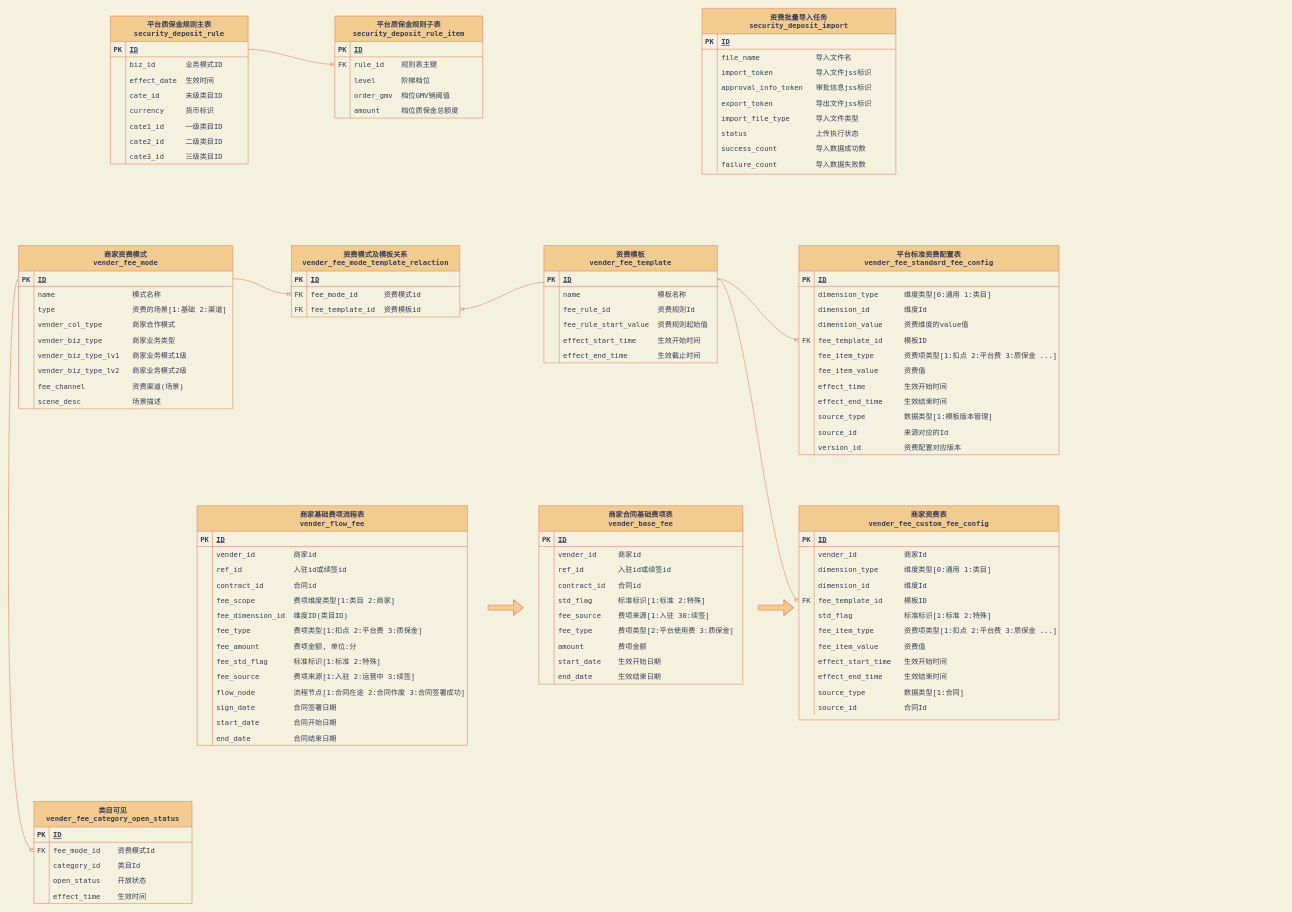
Earlier version of the draw.io diagram page "新资费" (2 of 2) of 资费ER图.drawio (RubberBoy/some). Source tidied: cells renumbered, new cells numbered last; positions are measured from the earlier drawing's top-left corner, leaving out a move shared by most shapes. Both pictures are drawn from the tidied source at 51%, with x=0, y=0 at pixel (8, 8).
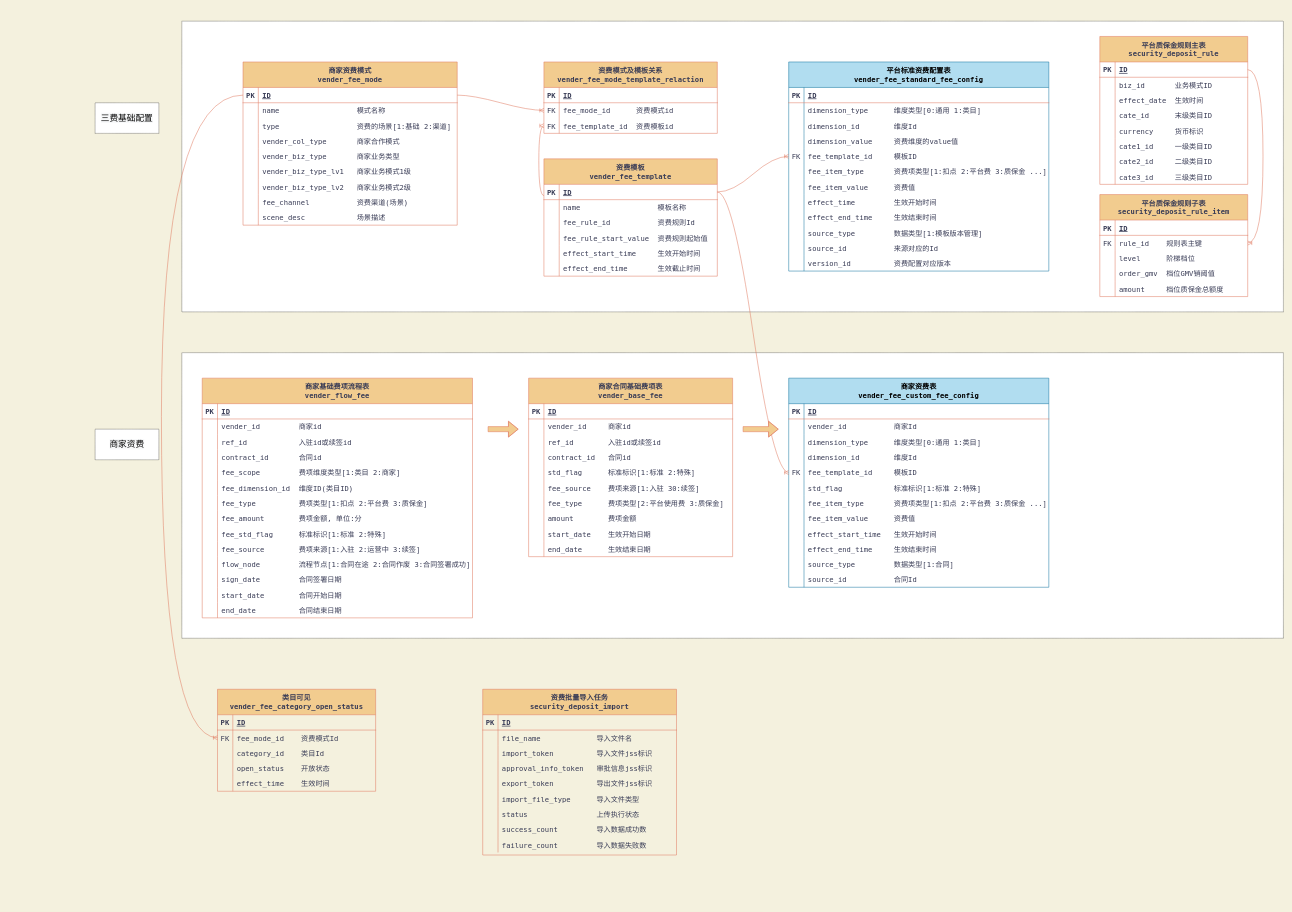
The same diagram, later.

Unchanged cells that the change refers to:
```xml
<mxCell id="107" style="shape=tableRow;horizontal=0;startSize=0;swimlaneHead=0;swimlaneBody=0;fillColor=none;points=[[0,0.5],[1,0.5]];portConstraint=eastwest;top=0;left=0;right=0;bottom=0;fontFamily=Menlo;fontSize=14;strokeColor=#E07A5F;fontColor=#393C56;" parent="103" vertex="1">
  <mxGeometry y="80" width="310" height="30" as="geometry" />
</mxCell>
<mxCell id="157" style="shape=tableRow;horizontal=0;startSize=0;swimlaneHead=0;swimlaneBody=0;fillColor=none;points=[[0,0.5],[1,0.5]];portConstraint=eastwest;top=0;left=0;right=0;bottom=1;fontFamily=Menlo;fontSize=14;strokeColor=#E07A5F;fontColor=#393C56;" parent="156" vertex="1">
  <mxGeometry y="50" width="420" height="30" as="geometry" />
</mxCell>
<mxCell id="186" style="shape=tableRow;horizontal=0;startSize=0;swimlaneHead=0;swimlaneBody=0;fillColor=none;points=[[0,0.5],[1,0.5]];portConstraint=eastwest;top=0;left=0;right=0;bottom=1;fontFamily=Menlo;fontSize=14;strokeColor=#E07A5F;fontColor=#393C56;" parent="185" vertex="1">
  <mxGeometry y="50" width="340" height="30" as="geometry" />
</mxCell>
```

Diff of the diagram source:
```diff
@@
+    <mxCell id="300" value="&lt;span style=&quot;color: rgb(0, 0, 0); font-family: Menlo; font-size: 17px; font-style: normal; font-variant-ligatures: normal; font-variant-caps: normal; font-weight: 400; letter-spacing: normal; orphans: 2; text-align: center; text-indent: 0px; text-transform: none; widows: 2; word-spacing: 0px; -webkit-text-stroke-width: 0px; background-color: rgb(248, 249, 250); text-decoration-thickness: initial; text-decoration-style: initial; text-decoration-color: initial; float: none; display: inline !important;&quot;&gt;三费基础配置&lt;/span&gt;" style="rounded=0;whiteSpace=wrap;html=1;shadow=0;glass=0;dashed=1;dashPattern=1 1;sketch=0;fontFamily=Menlo;fontSize=17;" parent="1" vertex="1">
+      <mxGeometry x="170" y="185" width="125" height="60" as="geometry" />
+    </mxCell>
+    <mxCell id="301" style="rounded=0;whiteSpace=wrap;html=1;shadow=0;glass=0;dashed=1;dashPattern=1 1;sketch=0;fontFamily=Menlo;fontSize=17;" parent="1" vertex="1">
+      <mxGeometry x="340" y="675" width="2160" height="560" as="geometry" />
+    </mxCell>
+    <mxCell id="302" style="rounded=0;whiteSpace=wrap;html=1;shadow=0;glass=0;dashed=1;dashPattern=1 1;sketch=0;fontFamily=Menlo;fontSize=17;" parent="1" vertex="1">
+      <mxGeometry x="340" y="25" width="2160" height="570" as="geometry" />
+    </mxCell>
     <mxCell id="2" value="资费批量导入任务&#10;security_deposit_import" style="shape=table;startSize=50;childLayout=tableLayout;rowLines=0;fontStyle=1;align=center;fontFamily=Menlo;fontSize=14;fillColor=#F2CC8F;strokeColor=#E07A5F;fontColor=#393C56;" parent="1" vertex="1">
-      <mxGeometry x="1360" width="380" height="325" as="geometry" />
+      <mxGeometry x="930" y="1335" width="380" height="325" as="geometry" />
     </mxCell>
@@
     <mxCell id="30" value="平台质保金规则主表&#10;security_deposit_rule" style="shape=table;startSize=50;childLayout=tableLayout;rowLines=0;fontStyle=1;align=center;fontFamily=Menlo;fontSize=14;fillColor=#F2CC8F;strokeColor=#E07A5F;fontColor=#393C56;" parent="1" vertex="1">
-      <mxGeometry x="200" y="15" width="270" height="290" as="geometry" />
+      <mxGeometry x="2140" y="55" width="290" height="290" as="geometry" />
     </mxCell>
     <mxCell id="31" style="shape=tableRow;horizontal=0;startSize=0;swimlaneHead=0;swimlaneBody=0;fillColor=none;points=[[0,0.5],[1,0.5]];portConstraint=eastwest;top=0;left=0;right=0;bottom=1;fontFamily=Menlo;fontSize=14;strokeColor=#E07A5F;fontColor=#393C56;" parent="30" vertex="1">
-      <mxGeometry y="50" width="270" height="30" as="geometry" />
+      <mxGeometry y="50" width="290" height="30" as="geometry" />
     </mxCell>
@@
     <mxCell id="33" value="ID" style="shape=partialRectangle;fillColor=none;top=0;left=0;bottom=0;right=0;align=left;spacingLeft=6;fontStyle=5;overflow=hidden;fontFamily=Menlo;fontSize=14;strokeColor=#E07A5F;fontColor=#393C56;" parent="31" vertex="1">
-      <mxGeometry x="30" width="240" height="30" as="geometry" />
+      <mxGeometry x="30" width="260" height="30" as="geometry" />
     </mxCell>
     <mxCell id="34" style="shape=tableRow;horizontal=0;startSize=0;swimlaneHead=0;swimlaneBody=0;fillColor=none;top=0;left=0;right=0;bottom=0;fontFamily=Menlo;fontSize=14;strokeColor=#E07A5F;fontColor=#393C56;" parent="30" vertex="1">
-      <mxGeometry y="80" width="270" height="30" as="geometry" />
+      <mxGeometry y="80" width="290" height="30" as="geometry" />
     </mxCell>
@@
     <mxCell id="36" value="biz_id       业务模式ID" style="shape=partialRectangle;fillColor=none;top=0;left=0;bottom=0;right=0;align=left;spacingLeft=6;overflow=hidden;fontFamily=Menlo;fontSize=14;strokeColor=#E07A5F;fontColor=#393C56;" parent="34" vertex="1">
-      <mxGeometry x="30" width="240" height="30" as="geometry" />
+      <mxGeometry x="30" width="260" height="30" as="geometry" />
     </mxCell>
     <mxCell id="37" style="shape=tableRow;horizontal=0;startSize=0;swimlaneHead=0;swimlaneBody=0;fillColor=none;top=0;left=0;right=0;bottom=0;fontFamily=Menlo;fontSize=14;strokeColor=#E07A5F;fontColor=#393C56;" parent="30" vertex="1">
-      <mxGeometry y="110" width="270" height="30" as="geometry" />
+      <mxGeometry y="110" width="290" height="30" as="geometry" />
     </mxCell>
@@
     <mxCell id="39" value="effect_date  生效时间" style="shape=partialRectangle;fillColor=none;top=0;left=0;bottom=0;right=0;align=left;spacingLeft=6;overflow=hidden;fontFamily=Menlo;fontSize=14;strokeColor=#E07A5F;fontColor=#393C56;" parent="37" vertex="1">
-      <mxGeometry x="30" width="240" height="30" as="geometry" />
+      <mxGeometry x="30" width="260" height="30" as="geometry" />
     </mxCell>
     <mxCell id="40" style="shape=tableRow;horizontal=0;startSize=0;swimlaneHead=0;swimlaneBody=0;fillColor=none;top=0;left=0;right=0;bottom=0;fontFamily=Menlo;fontSize=14;strokeColor=#E07A5F;fontColor=#393C56;" parent="30" vertex="1">
-      <mxGeometry y="140" width="270" height="30" as="geometry" />
+      <mxGeometry y="140" width="290" height="30" as="geometry" />
     </mxCell>
@@
     <mxCell id="42" value="cate_id      末级类目ID" style="shape=partialRectangle;fillColor=none;top=0;left=0;bottom=0;right=0;align=left;spacingLeft=6;overflow=hidden;fontFamily=Menlo;fontSize=14;strokeColor=#E07A5F;fontColor=#393C56;" parent="40" vertex="1">
-      <mxGeometry x="30" width="240" height="30" as="geometry" />
+      <mxGeometry x="30" width="260" height="30" as="geometry" />
     </mxCell>
     <mxCell id="43" style="shape=tableRow;horizontal=0;startSize=0;swimlaneHead=0;swimlaneBody=0;fillColor=none;top=0;left=0;right=0;bottom=0;fontFamily=Menlo;fontSize=14;strokeColor=#E07A5F;fontColor=#393C56;" parent="30" vertex="1">
-      <mxGeometry y="170" width="270" height="30" as="geometry" />
+      <mxGeometry y="170" width="290" height="30" as="geometry" />
     </mxCell>
@@
     <mxCell id="45" value="currency     货币标识" style="shape=partialRectangle;fillColor=none;top=0;left=0;bottom=0;right=0;align=left;spacingLeft=6;overflow=hidden;fontFamily=Menlo;fontSize=14;strokeColor=#E07A5F;fontColor=#393C56;" parent="43" vertex="1">
-      <mxGeometry x="30" width="240" height="30" as="geometry" />
+      <mxGeometry x="30" width="260" height="30" as="geometry" />
     </mxCell>
     <mxCell id="46" style="shape=tableRow;horizontal=0;startSize=0;swimlaneHead=0;swimlaneBody=0;fillColor=none;top=0;left=0;right=0;bottom=0;fontFamily=Menlo;fontSize=14;strokeColor=#E07A5F;fontColor=#393C56;" parent="30" vertex="1">
-      <mxGeometry y="200" width="270" height="30" as="geometry" />
+      <mxGeometry y="200" width="290" height="30" as="geometry" />
     </mxCell>
@@
     <mxCell id="48" value="cate1_id     一级类目ID" style="shape=partialRectangle;fillColor=none;top=0;left=0;bottom=0;right=0;align=left;spacingLeft=6;overflow=hidden;fontFamily=Menlo;fontSize=14;strokeColor=#E07A5F;fontColor=#393C56;" parent="46" vertex="1">
-      <mxGeometry x="30" width="240" height="30" as="geometry" />
+      <mxGeometry x="30" width="260" height="30" as="geometry" />
     </mxCell>
     <mxCell id="49" style="shape=tableRow;horizontal=0;startSize=0;swimlaneHead=0;swimlaneBody=0;fillColor=none;top=0;left=0;right=0;bottom=0;fontFamily=Menlo;fontSize=14;strokeColor=#E07A5F;fontColor=#393C56;" parent="30" vertex="1">
-      <mxGeometry y="230" width="270" height="30" as="geometry" />
+      <mxGeometry y="230" width="290" height="30" as="geometry" />
     </mxCell>
@@
     <mxCell id="51" value="cate2_id     二级类目ID" style="shape=partialRectangle;fillColor=none;top=0;left=0;bottom=0;right=0;align=left;spacingLeft=6;overflow=hidden;fontFamily=Menlo;fontSize=14;strokeColor=#E07A5F;fontColor=#393C56;" parent="49" vertex="1">
-      <mxGeometry x="30" width="240" height="30" as="geometry" />
+      <mxGeometry x="30" width="260" height="30" as="geometry" />
     </mxCell>
     <mxCell id="52" style="shape=tableRow;horizontal=0;startSize=0;swimlaneHead=0;swimlaneBody=0;fillColor=none;top=0;left=0;right=0;bottom=0;fontFamily=Menlo;fontSize=14;strokeColor=#E07A5F;fontColor=#393C56;" parent="30" vertex="1">
-      <mxGeometry y="260" width="270" height="30" as="geometry" />
+      <mxGeometry y="260" width="290" height="30" as="geometry" />
     </mxCell>
@@
     <mxCell id="54" value="cate3_id     三级类目ID" style="shape=partialRectangle;fillColor=none;top=0;left=0;bottom=0;right=0;align=left;spacingLeft=6;overflow=hidden;fontFamily=Menlo;fontSize=14;strokeColor=#E07A5F;fontColor=#393C56;" parent="52" vertex="1">
-      <mxGeometry x="30" width="240" height="30" as="geometry" />
+      <mxGeometry x="30" width="260" height="30" as="geometry" />
     </mxCell>
     <mxCell id="55" value="平台质保金规则子表&#10;security_deposit_rule_item" style="shape=table;startSize=50;childLayout=tableLayout;rowLines=0;fontStyle=1;align=center;fontFamily=Menlo;fontSize=14;fillColor=#F2CC8F;strokeColor=#E07A5F;fontColor=#393C56;" parent="1" vertex="1">
-      <mxGeometry x="640" y="15" width="290" height="200" as="geometry" />
+      <mxGeometry x="2140" y="365" width="290" height="200" as="geometry" />
     </mxCell>
@@
     <mxCell id="72" value="商家合同基础费项表&#10;vender_base_fee" style="shape=table;startSize=50;childLayout=tableLayout;rowLines=0;fontStyle=1;align=center;fontFamily=Menlo;fontSize=14;fillColor=#F2CC8F;strokeColor=#E07A5F;fontColor=#393C56;" parent="1" vertex="1">
-      <mxGeometry x="1040" y="975" width="400" height="350" as="geometry" />
+      <mxGeometry x="1020" y="725" width="400" height="350" as="geometry" />
     </mxCell>
@@
     <mxCell id="103" value="类目可见&#10;vender_fee_category_open_status" style="shape=table;startSize=50;childLayout=tableLayout;rowLines=0;fontStyle=1;align=center;fontFamily=Menlo;fontSize=14;fillColor=#F2CC8F;strokeColor=#E07A5F;fontColor=#393C56;" parent="1" vertex="1">
-      <mxGeometry x="50" y="1555" width="310" height="200" as="geometry" />
+      <mxGeometry x="410" y="1335" width="310" height="200" as="geometry" />
     </mxCell>
@@
-    <mxCell id="119" value="商家资费表&#10;vender_fee_custom_fee_config" style="shape=table;startSize=50;childLayout=tableLayout;rowLines=0;fontStyle=1;align=center;fontFamily=Menlo;fontSize=14;fillColor=#F2CC8F;strokeColor=#E07A5F;fontColor=#393C56;" parent="1" vertex="1">
-      <mxGeometry x="1550" y="975" width="510" height="420" as="geometry" />
+    <mxCell id="119" value="商家资费表&#10;vender_fee_custom_fee_config" style="shape=table;startSize=50;childLayout=tableLayout;rowLines=0;fontStyle=1;align=center;fontFamily=Menlo;fontSize=14;fillColor=#b1ddf0;strokeColor=#10739e;" parent="1" vertex="1">
+      <mxGeometry x="1530" y="725" width="510" height="410" as="geometry" />
     </mxCell>
@@
     <mxCell id="156" value="商家资费模式&#10;vender_fee_mode" style="shape=table;startSize=50;childLayout=tableLayout;rowLines=0;fontStyle=1;align=center;fontFamily=Menlo;fontSize=14;fillColor=#F2CC8F;strokeColor=#E07A5F;fontColor=#393C56;" parent="1" vertex="1">
-      <mxGeometry x="20" y="465" width="420" height="320" as="geometry" />
+      <mxGeometry x="460" y="105" width="420" height="320" as="geometry" />
     </mxCell>
@@
     <mxCell id="184" style="edgeStyle=orthogonalEdgeStyle;fontSize=14;html=1;endArrow=ERoneToMany;fontFamily=Menlo;exitX=0;exitY=0.5;exitDx=0;exitDy=0;entryX=0;entryY=0.5;entryDx=0;entryDy=0;curved=1;labelBackgroundColor=#F4F1DE;strokeColor=#E07A5F;fontColor=#393C56;" parent="1" edge="1" source="157" target="107">
       <mxGeometry relative="1" as="geometry">
         <Array as="points">
-          <mxPoint y="530" />
-          <mxPoint y="1650" />
+          <mxPoint x="300" y="170" />
+          <mxPoint x="300" y="1430" />
         </Array>
       </mxGeometry>
     </mxCell>
     <mxCell id="185" value="资费模板&#10;vender_fee_template" style="shape=table;startSize=50;childLayout=tableLayout;rowLines=0;fontStyle=1;align=center;fontFamily=Menlo;fontSize=14;fillColor=#F2CC8F;strokeColor=#E07A5F;fontColor=#393C56;" parent="1" vertex="1">
-      <mxGeometry x="1050" y="465" width="340" height="230" as="geometry" />
+      <mxGeometry x="1050" y="295" width="340" height="230" as="geometry" />
     </mxCell>
@@
     <mxCell id="204" value="资费模式及模板关系&#10;vender_fee_mode_template_relaction" style="shape=table;startSize=50;childLayout=tableLayout;rowLines=0;fontStyle=1;align=center;fontFamily=Menlo;fontSize=14;fillColor=#F2CC8F;strokeColor=#E07A5F;fontColor=#393C56;" parent="1" vertex="1">
-      <mxGeometry x="555" y="465" width="330" height="140" as="geometry" />
+      <mxGeometry x="1050" y="105" width="340" height="140" as="geometry" />
     </mxCell>
     <mxCell id="205" style="shape=tableRow;horizontal=0;startSize=0;swimlaneHead=0;swimlaneBody=0;fillColor=none;top=0;left=0;right=0;bottom=1;fontFamily=Menlo;fontSize=14;strokeColor=#E07A5F;fontColor=#393C56;" parent="204" vertex="1">
-      <mxGeometry y="50" width="330" height="30" as="geometry" />
+      <mxGeometry y="50" width="340" height="30" as="geometry" />
     </mxCell>
@@
     <mxCell id="207" value="ID" style="shape=partialRectangle;fillColor=none;top=0;left=0;bottom=0;right=0;align=left;spacingLeft=6;fontStyle=5;overflow=hidden;fontFamily=Menlo;fontSize=14;strokeColor=#E07A5F;fontColor=#393C56;" parent="205" vertex="1">
-      <mxGeometry x="30" width="300" height="30" as="geometry" />
+      <mxGeometry x="30" width="310" height="30" as="geometry" />
     </mxCell>
     <mxCell id="208" style="shape=tableRow;horizontal=0;startSize=0;swimlaneHead=0;swimlaneBody=0;fillColor=none;points=[[0,0.5],[1,0.5]];portConstraint=eastwest;top=0;left=0;right=0;bottom=0;fontFamily=Menlo;fontSize=14;strokeColor=#E07A5F;fontColor=#393C56;" parent="204" vertex="1">
-      <mxGeometry y="80" width="330" height="30" as="geometry" />
+      <mxGeometry y="80" width="340" height="30" as="geometry" />
     </mxCell>
@@
     <mxCell id="210" value="fee_mode_id      资费模式id" style="shape=partialRectangle;fillColor=none;top=0;left=0;bottom=0;right=0;align=left;spacingLeft=6;fontStyle=0;overflow=hidden;fontFamily=Menlo;fontSize=14;strokeColor=#E07A5F;fontColor=#393C56;" parent="208" vertex="1">
-      <mxGeometry x="30" width="300" height="30" as="geometry" />
+      <mxGeometry x="30" width="310" height="30" as="geometry" />
     </mxCell>
     <mxCell id="211" style="shape=tableRow;horizontal=0;startSize=0;swimlaneHead=0;swimlaneBody=0;fillColor=none;points=[[0,0.5],[1,0.5]];portConstraint=eastwest;top=0;left=0;right=0;bottom=0;fontFamily=Menlo;fontSize=14;strokeColor=#E07A5F;fontColor=#393C56;" parent="204" vertex="1">
-      <mxGeometry y="110" width="330" height="30" as="geometry" />
+      <mxGeometry y="110" width="340" height="30" as="geometry" />
     </mxCell>
@@
     <mxCell id="213" value="fee_template_id  资费模板id" style="shape=partialRectangle;fillColor=none;top=0;left=0;bottom=0;right=0;align=left;spacingLeft=6;fontStyle=0;overflow=hidden;fontFamily=Menlo;fontSize=14;strokeColor=#E07A5F;fontColor=#393C56;" parent="211" vertex="1">
-      <mxGeometry x="30" width="300" height="30" as="geometry" />
+      <mxGeometry x="30" width="310" height="30" as="geometry" />
     </mxCell>
@@
-    <mxCell id="215" style="edgeStyle=entityRelationEdgeStyle;fontSize=14;html=1;endArrow=ERoneToMany;fontFamily=Menlo;curved=1;exitX=0;exitY=0.733;exitDx=0;exitDy=0;entryX=1;entryY=0.5;entryDx=0;entryDy=0;exitPerimeter=0;labelBackgroundColor=#F4F1DE;strokeColor=#E07A5F;fontColor=#393C56;" parent="1" edge="1" source="186" target="211">
+    <mxCell id="215" style="edgeStyle=orthogonalEdgeStyle;fontSize=14;html=1;endArrow=ERoneToMany;fontFamily=Menlo;curved=1;exitX=0;exitY=0.733;exitDx=0;exitDy=0;entryX=0;entryY=0.5;entryDx=0;entryDy=0;exitPerimeter=0;labelBackgroundColor=#F4F1DE;strokeColor=#E07A5F;fontColor=#393C56;" parent="1" edge="1" source="186" target="211">
       <mxGeometry relative="1" as="geometry" />
     </mxCell>
@@
-    <mxCell id="217" value="平台标准资费配置表&#10;vender_fee_standard_fee_config" style="shape=table;startSize=50;childLayout=tableLayout;rowLines=0;fontStyle=1;align=center;fontFamily=Menlo;fontSize=14;fillColor=#F2CC8F;strokeColor=#E07A5F;fontColor=#393C56;" parent="1" vertex="1">
-      <mxGeometry x="1550" y="465" width="510" height="410" as="geometry" />
+    <mxCell id="217" value="平台标准资费配置表&#10;vender_fee_standard_fee_config" style="shape=table;startSize=50;childLayout=tableLayout;rowLines=0;fontStyle=1;align=center;fontFamily=Menlo;fontSize=14;fillColor=#b1ddf0;strokeColor=#10739e;" parent="1" vertex="1">
+      <mxGeometry x="1530" y="105" width="510" height="410" as="geometry" />
     </mxCell>
@@
     <mxCell id="254" value="商家基础费项流程表&#10;vender_flow_fee" style="shape=table;startSize=50;childLayout=tableLayout;rowLines=0;fontStyle=1;align=center;fontFamily=Menlo;fontSize=14;fillColor=#F2CC8F;strokeColor=#E07A5F;fontColor=#393C56;" parent="1" vertex="1">
-      <mxGeometry x="370" y="975" width="530" height="470" as="geometry" />
+      <mxGeometry x="380" y="725" width="530" height="470" as="geometry" />
     </mxCell>
@@
     <mxCell id="298" style="shape=flexArrow;endArrow=classic;html=1;rounded=0;fontColor=#393C56;strokeColor=#E07A5F;fillColor=#F2CC8F;" parent="1" edge="1">
       <mxGeometry relative="1" as="geometry">
-        <mxPoint x="940" y="1175" as="sourcePoint" />
-        <mxPoint x="1010" y="1175" as="targetPoint" />
+        <mxPoint x="940" y="825" as="sourcePoint" />
+        <mxPoint x="1000" y="825" as="targetPoint" />
         <Array as="points">
-          <mxPoint x="970" y="1175" />
+          <mxPoint x="960" y="825" />
         </Array>
       </mxGeometry>
     </mxCell>
     <mxCell id="299" style="shape=flexArrow;endArrow=classic;html=1;rounded=0;fontColor=#393C56;strokeColor=#E07A5F;fillColor=#F2CC8F;" parent="1" edge="1">
       <mxGeometry relative="1" as="geometry">
-        <mxPoint x="1470" y="1175" as="sourcePoint" />
-        <mxPoint x="1540" y="1175" as="targetPoint" />
+        <mxPoint x="1440" y="825" as="sourcePoint" />
+        <mxPoint x="1510" y="825" as="targetPoint" />
         <Array as="points">
-          <mxPoint x="1500" y="1175" />
+          <mxPoint x="1470" y="825" />
         </Array>
       </mxGeometry>
     </mxCell>
+    <mxCell id="303" value="&lt;span style=&quot;color: rgb(0, 0, 0); font-family: Menlo; font-size: 17px; font-style: normal; font-variant-ligatures: normal; font-variant-caps: normal; font-weight: 400; letter-spacing: normal; orphans: 2; text-align: center; text-indent: 0px; text-transform: none; widows: 2; word-spacing: 0px; -webkit-text-stroke-width: 0px; background-color: rgb(248, 249, 250); text-decoration-thickness: initial; text-decoration-style: initial; text-decoration-color: initial; float: none; display: inline !important;&quot;&gt;商家资费&lt;/span&gt;" style="rounded=0;whiteSpace=wrap;html=1;shadow=0;glass=0;dashed=1;dashPattern=1 1;sketch=0;fontFamily=Menlo;fontSize=17;" parent="1" vertex="1">
+      <mxGeometry x="170" y="825" width="125" height="60" as="geometry" />
+    </mxCell>
```
